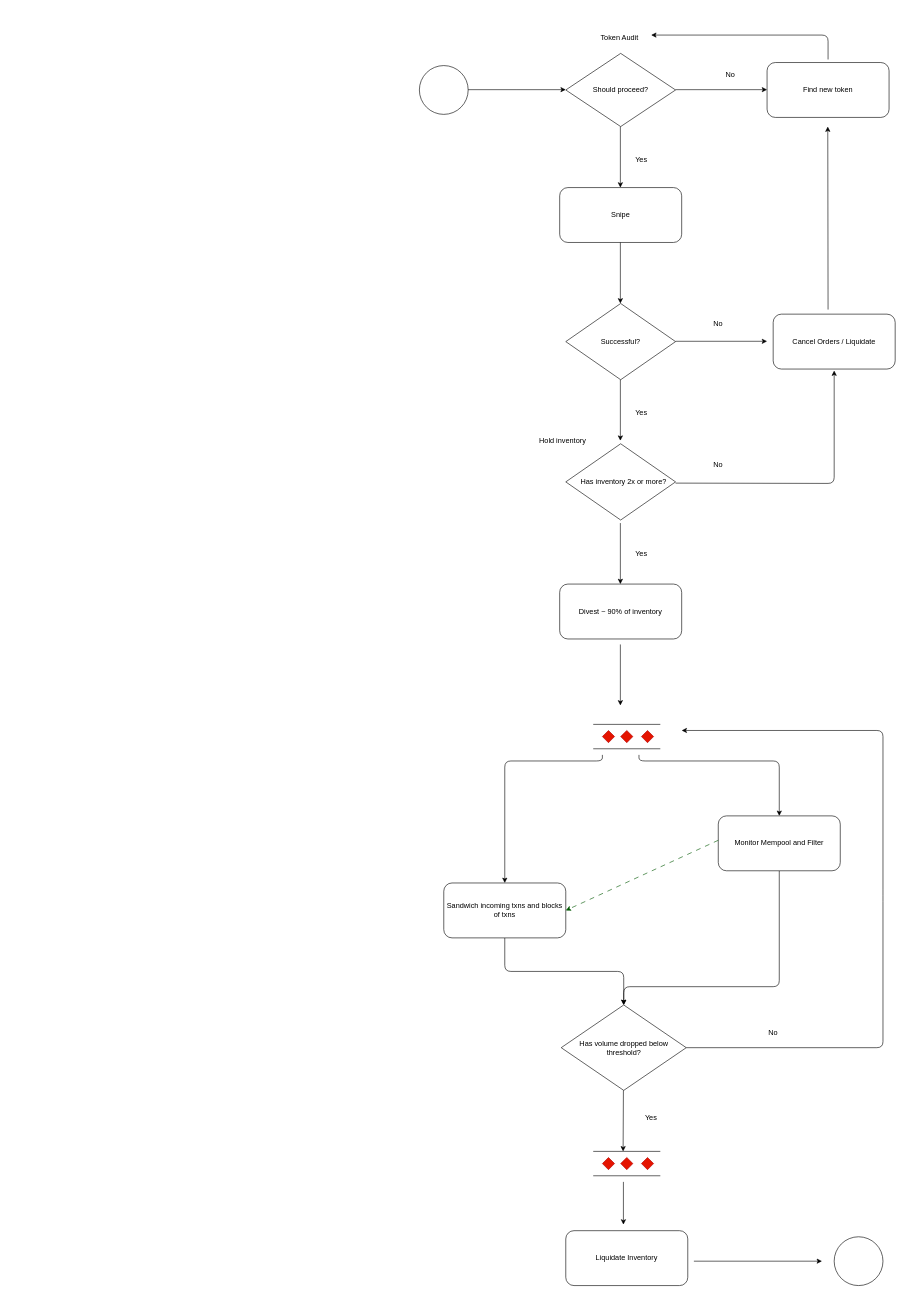
The draw.io diagram Sandwich_V1.drawio in Cerbyrus/strategy-designs, before the edit. Source tidied: cells renumbered, new cells numbered last; positions are measured from the earlier drawing's top-left corner, leaving out a move shared by most shapes. Both pictures are drawn from the tidied source at 61%, with x=0, y=0 at pixel (419, 10).
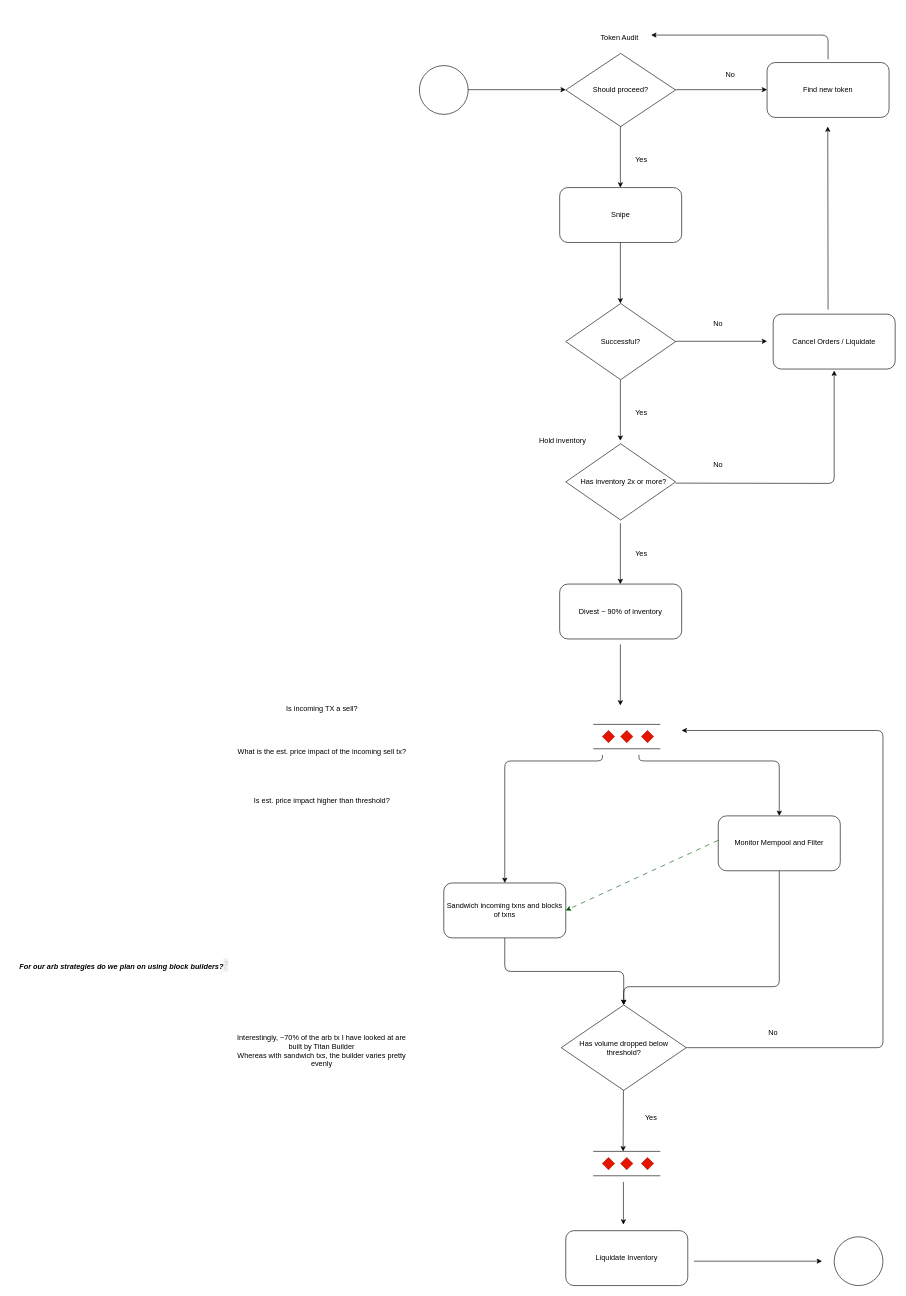
After the change.

Change to the diagram source:
```diff
@@
+    <mxCell id="65" value="For our arb strategies do we plan on using block builders?&lt;span style=&quot;margin: 0px; padding: 0px; border: 0px; font-family: &amp;quot;gg sans&amp;quot;, &amp;quot;Noto Sans&amp;quot;, &amp;quot;Helvetica Neue&amp;quot;, Helvetica, Arial, sans-serif; font-size: 16px; vertical-align: baseline; outline: 0px; color: rgb(219, 222, 225); text-align: left; background-color: rgba(2, 2, 2, 0.06);&quot;&gt;? &lt;/span&gt;" style="text;html=1;align=center;verticalAlign=middle;strokeColor=none;fillColor=none;fontStyle=3;" parent="1" vertex="1">
+      <mxGeometry x="-670" y="1550" width="370" height="30" as="geometry" />
+    </mxCell>
+    <mxCell id="66" value="Is incoming TX a sell?" style="text;html=1;align=center;verticalAlign=middle;strokeColor=none;fillColor=none;" parent="1" vertex="1">
+      <mxGeometry x="-230" y="1130" width="140" height="30" as="geometry" />
+    </mxCell>
+    <mxCell id="67" value="What is the est. price impact of the incoming sell tx?" style="text;html=1;align=center;verticalAlign=middle;strokeColor=none;fillColor=none;" parent="1" vertex="1">
+      <mxGeometry x="-310" y="1200" width="300" height="30" as="geometry" />
+    </mxCell>
+    <mxCell id="68" value="Is est. price impact higher than threshold?" style="text;html=1;align=center;verticalAlign=middle;strokeColor=none;fillColor=none;" parent="1" vertex="1">
+      <mxGeometry x="-285" y="1280" width="250" height="30" as="geometry" />
+    </mxCell>
+    <mxCell id="69" value="&lt;div&gt;Interestingly, ~70% of the arb tx I have looked at are built by Titan Builder&lt;/div&gt;&lt;div&gt;&lt;span style=&quot;font-size: 12px;&quot;&gt;Whereas with sandwich txs, the builder varies pretty evenly&lt;/span&gt;&lt;/div&gt;" style="text;html=1;strokeColor=none;fillColor=none;align=center;verticalAlign=middle;whiteSpace=wrap;rounded=0;" parent="1" vertex="1">
+      <mxGeometry x="-300" y="1660" width="280" height="90" as="geometry" />
+    </mxCell>
```
